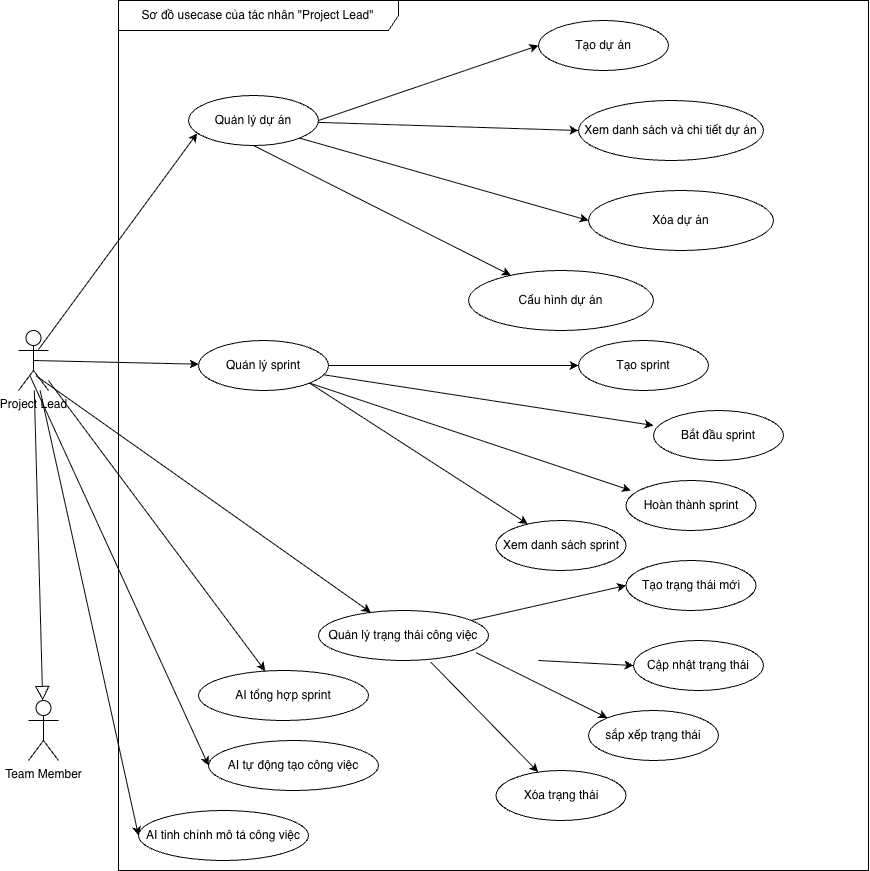
Above: reports/dat-examples/report/images/usecase_project_lead.png in toantran292/datn (draw.io), before the change. Source tidied: cells renumbered, new cells last; positions are measured from the earlier drawing's top-left corner, leaving out a move shared by most shapes. Its diagram source:
```xml
<mxGraphModel>
  <root>
    <mxCell id="0" />
    <mxCell id="1" parent="0" />
    <mxCell id="2" value="Sơ đồ usecase của tác nhân &quot;Project Lead&quot;" style="shape=umlFrame;whiteSpace=wrap;html=1;width=280;height=30;" parent="1" vertex="1">
      <mxGeometry x="100" width="750" height="870" as="geometry" />
    </mxCell>
    <mxCell id="3" value="Quản lý dự án" style="ellipse;whiteSpace=wrap;html=1;" parent="2" vertex="1">
      <mxGeometry x="70" y="95" width="130" height="50" as="geometry" />
    </mxCell>
    <mxCell id="4" value="Tạo dự án" style="ellipse;whiteSpace=wrap;html=1;" parent="2" vertex="1">
      <mxGeometry x="420" y="20" width="130" height="50" as="geometry" />
    </mxCell>
    <mxCell id="5" value="Xem danh sách và chi tiết dự án" style="ellipse;whiteSpace=wrap;html=1;" parent="2" vertex="1">
      <mxGeometry x="460" y="100" width="185" height="60" as="geometry" />
    </mxCell>
    <mxCell id="6" value="Xóa dự án" style="ellipse;whiteSpace=wrap;html=1;" parent="2" vertex="1">
      <mxGeometry x="470" y="190" width="185" height="60" as="geometry" />
    </mxCell>
    <mxCell id="7" value="Cấu hình dự án" style="ellipse;whiteSpace=wrap;html=1;" parent="2" vertex="1">
      <mxGeometry x="350" y="270" width="185" height="60" as="geometry" />
    </mxCell>
    <mxCell id="8" style="endArrow=classic;html=1;rounded=0;entryX=0;entryY=0.5;entryDx=0;entryDy=0;exitX=1;exitY=0.5;exitDx=0;exitDy=0;" parent="2" edge="1" source="3" target="4">
      <mxGeometry relative="1" as="geometry" />
    </mxCell>
    <mxCell id="9" style="endArrow=classic;html=1;rounded=0;entryX=0;entryY=0.5;entryDx=0;entryDy=0;" parent="2" edge="1" source="3" target="5">
      <mxGeometry relative="1" as="geometry" />
    </mxCell>
    <mxCell id="10" style="endArrow=classic;html=1;rounded=0;entryX=0;entryY=0.5;entryDx=0;entryDy=0;exitX=1;exitY=1;exitDx=0;exitDy=0;" parent="2" edge="1" source="3" target="6">
      <mxGeometry relative="1" as="geometry" />
    </mxCell>
    <mxCell id="11" style="endArrow=classic;html=1;rounded=0;exitX=0.5;exitY=1;exitDx=0;exitDy=0;" parent="2" edge="1" source="3" target="7">
      <mxGeometry relative="1" as="geometry" />
    </mxCell>
    <mxCell id="12" value="Quản lý sprint" style="ellipse;whiteSpace=wrap;html=1;" parent="2" vertex="1">
      <mxGeometry x="80" y="340" width="130" height="50" as="geometry" />
    </mxCell>
    <mxCell id="13" value="Tạo sprint" style="ellipse;whiteSpace=wrap;html=1;" parent="2" vertex="1">
      <mxGeometry x="460" y="340" width="130" height="50" as="geometry" />
    </mxCell>
    <mxCell id="14" value="Bắt đầu sprint" style="ellipse;whiteSpace=wrap;html=1;" parent="2" vertex="1">
      <mxGeometry x="535" y="410" width="130" height="50" as="geometry" />
    </mxCell>
    <mxCell id="15" value="Hoàn thành sprint" style="ellipse;whiteSpace=wrap;html=1;" parent="2" vertex="1">
      <mxGeometry x="507.5" y="480" width="130" height="50" as="geometry" />
    </mxCell>
    <mxCell id="16" value="Xem danh sách sprint" style="ellipse;whiteSpace=wrap;html=1;" parent="2" vertex="1">
      <mxGeometry x="377.5" y="520" width="130" height="50" as="geometry" />
    </mxCell>
    <mxCell id="17" style="endArrow=classic;html=1;rounded=0;entryX=0;entryY=0.5;entryDx=0;entryDy=0;exitX=1;exitY=0.5;exitDx=0;exitDy=0;" parent="2" edge="1" source="12" target="13">
      <mxGeometry relative="1" as="geometry" />
    </mxCell>
    <mxCell id="18" style="endArrow=classic;html=1;rounded=0;entryX=0;entryY=0.3;entryDx=0;entryDy=0;entryPerimeter=0;" parent="2" edge="1" source="12" target="14">
      <mxGeometry relative="1" as="geometry" />
    </mxCell>
    <mxCell id="19" style="endArrow=classic;html=1;rounded=0;entryX=0.038;entryY=0.2;entryDx=0;entryDy=0;entryPerimeter=0;exitX=1;exitY=1;exitDx=0;exitDy=0;" parent="2" edge="1" source="12" target="15">
      <mxGeometry relative="1" as="geometry" />
    </mxCell>
    <mxCell id="20" style="endArrow=classic;html=1;rounded=0;exitX=1;exitY=1;exitDx=0;exitDy=0;" parent="2" edge="1" source="12" target="16">
      <mxGeometry relative="1" as="geometry" />
    </mxCell>
    <mxCell id="21" value="Quản lý trạng thái công việc" style="ellipse;whiteSpace=wrap;html=1;" parent="2" vertex="1">
      <mxGeometry x="200" y="610" width="170" height="50" as="geometry" />
    </mxCell>
    <mxCell id="22" value="Tạo trạng thái mới" style="ellipse;whiteSpace=wrap;html=1;" parent="2" vertex="1">
      <mxGeometry x="507.5" y="560" width="130" height="50" as="geometry" />
    </mxCell>
    <mxCell id="23" value="Cập nhật trạng thái" style="ellipse;whiteSpace=wrap;html=1;" parent="2" vertex="1">
      <mxGeometry x="515" y="640" width="130" height="50" as="geometry" />
    </mxCell>
    <mxCell id="24" value="sắp xếp trạng thái" style="ellipse;whiteSpace=wrap;html=1;" parent="2" vertex="1">
      <mxGeometry x="470" y="710" width="130" height="50" as="geometry" />
    </mxCell>
    <mxCell id="25" value="Xóa trạng thái" style="ellipse;whiteSpace=wrap;html=1;" parent="2" vertex="1">
      <mxGeometry x="377.5" y="770" width="130" height="50" as="geometry" />
    </mxCell>
    <mxCell id="26" style="endArrow=classic;html=1;rounded=0;entryX=0;entryY=0.5;entryDx=0;entryDy=0;" parent="2" edge="1" source="21" target="22">
      <mxGeometry relative="1" as="geometry" />
    </mxCell>
    <mxCell id="27" style="endArrow=classic;html=1;rounded=0;entryX=0;entryY=0.5;entryDx=0;entryDy=0;" parent="2" edge="1" target="23">
      <mxGeometry relative="1" as="geometry">
        <mxPoint x="420" y="660" as="sourcePoint" />
      </mxGeometry>
    </mxCell>
    <mxCell id="28" style="endArrow=classic;html=1;rounded=0;entryX=0;entryY=0;entryDx=0;entryDy=0;exitX=0.927;exitY=0.843;exitDx=0;exitDy=0;exitPerimeter=0;" parent="2" edge="1" source="21" target="24">
      <mxGeometry relative="1" as="geometry" />
    </mxCell>
    <mxCell id="29" style="endArrow=classic;html=1;rounded=0;exitX=0.661;exitY=1.035;exitDx=0;exitDy=0;exitPerimeter=0;" parent="2" edge="1" source="21" target="25">
      <mxGeometry relative="1" as="geometry" />
    </mxCell>
    <mxCell id="30" value="AI tổng hợp sprint" style="ellipse;whiteSpace=wrap;html=1;" parent="2" vertex="1">
      <mxGeometry x="80" y="670" width="170" height="50" as="geometry" />
    </mxCell>
    <mxCell id="31" value="AI tự động tạo công việc" style="ellipse;whiteSpace=wrap;html=1;" parent="2" vertex="1">
      <mxGeometry x="90" y="740" width="170" height="50" as="geometry" />
    </mxCell>
    <mxCell id="32" value="AI tinh chỉnh mô tả công việc" style="ellipse;whiteSpace=wrap;html=1;" parent="2" vertex="1">
      <mxGeometry x="20" y="810" width="170" height="50" as="geometry" />
    </mxCell>
    <mxCell id="33" value="Project Lead" style="shape=umlActor;verticalLabelPosition=bottom;verticalAlign=top;html=1;" parent="1" vertex="1">
      <mxGeometry y="330" width="30" height="60" as="geometry" />
    </mxCell>
    <mxCell id="34" value="Team Member&lt;div&gt;&lt;br&gt;&lt;/div&gt;" style="shape=umlActor;verticalLabelPosition=bottom;verticalAlign=top;html=1;" parent="1" vertex="1">
      <mxGeometry x="10" y="700" width="30" height="60" as="geometry" />
    </mxCell>
    <mxCell id="35" style="edgeStyle=none;html=1;endSize=12;endArrow=block;endFill=0;rounded=0;" parent="1" edge="1" source="33" target="34">
      <mxGeometry relative="1" as="geometry" />
    </mxCell>
    <mxCell id="36" style="endArrow=classic;html=1;rounded=0;exitX=0.5;exitY=0.5;exitDx=0;exitDy=0;exitPerimeter=0;" parent="1" edge="1" source="33" target="12">
      <mxGeometry relative="1" as="geometry" />
    </mxCell>
    <mxCell id="37" style="endArrow=classic;html=1;rounded=0;entryX=0.067;entryY=0.755;entryDx=0;entryDy=0;entryPerimeter=0;exitX=0.667;exitY=0.317;exitDx=0;exitDy=0;exitPerimeter=0;" parent="1" edge="1" source="33" target="3">
      <mxGeometry relative="1" as="geometry" />
    </mxCell>
    <mxCell id="38" style="endArrow=classic;html=1;rounded=0;exitX=0.583;exitY=0.754;exitDx=0;exitDy=0;exitPerimeter=0;" parent="1" edge="1" source="33" target="21">
      <mxGeometry relative="1" as="geometry" />
    </mxCell>
    <mxCell id="39" style="endArrow=classic;html=1;rounded=0;" parent="1" edge="1" source="33" target="30">
      <mxGeometry relative="1" as="geometry" />
    </mxCell>
    <mxCell id="40" style="endArrow=classic;html=1;rounded=0;exitX=0.388;exitY=0.762;exitDx=0;exitDy=0;exitPerimeter=0;entryX=0;entryY=0.5;entryDx=0;entryDy=0;" parent="1" edge="1" source="33" target="31">
      <mxGeometry relative="1" as="geometry" />
    </mxCell>
    <mxCell id="41" style="endArrow=classic;html=1;rounded=0;entryX=0;entryY=0.5;entryDx=0;entryDy=0;" parent="1" edge="1" source="33" target="32">
      <mxGeometry relative="1" as="geometry" />
    </mxCell>
  </root>
</mxGraphModel>
```
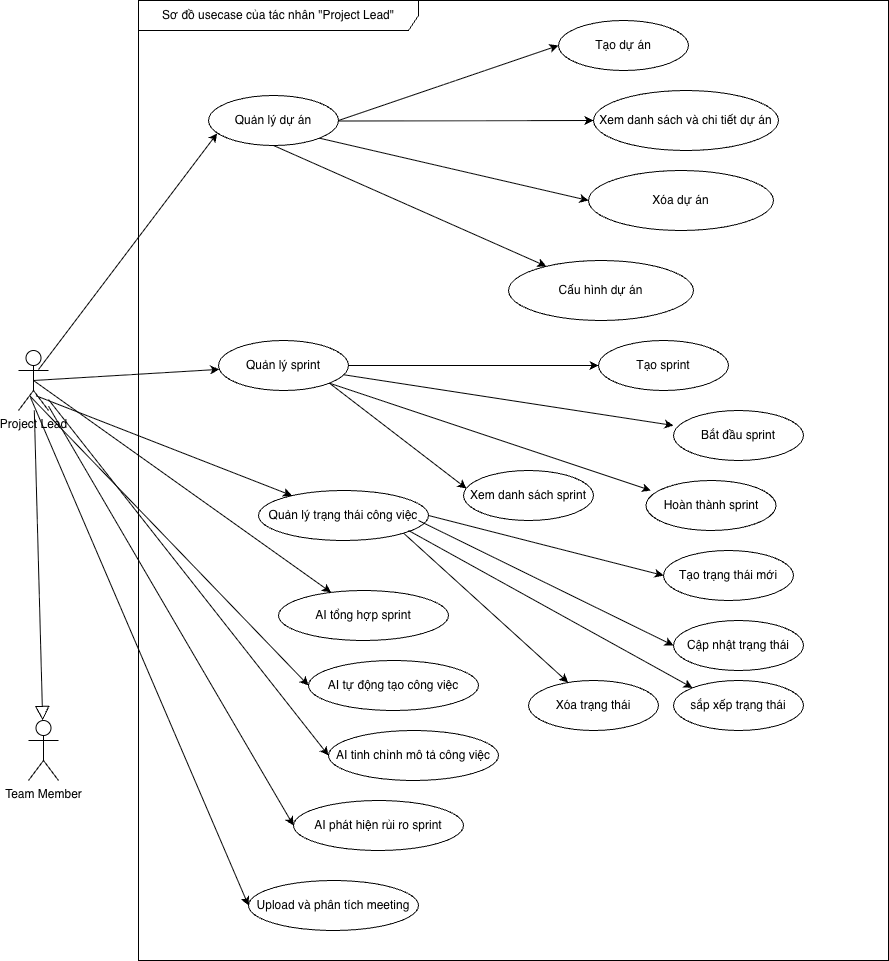
The same diagram one commit later.

Diff of the diagram source:
```diff
@@ -3,7 +3,7 @@
     <mxCell id="0" />
     <mxCell id="1" parent="0" />
     <mxCell id="2" value="Sơ đồ usecase của tác nhân &quot;Project Lead&quot;" style="shape=umlFrame;whiteSpace=wrap;html=1;width=280;height=30;" parent="1" vertex="1">
-      <mxGeometry x="100" width="750" height="870" as="geometry" />
+      <mxGeometry x="120" y="-20" width="750" height="960" as="geometry" />
     </mxCell>
     <mxCell id="3" value="Quản lý dự án" style="ellipse;whiteSpace=wrap;html=1;" parent="2" vertex="1">
       <mxGeometry x="70" y="95" width="130" height="50" as="geometry" />
@@ -12,13 +12,13 @@
       <mxGeometry x="420" y="20" width="130" height="50" as="geometry" />
     </mxCell>
     <mxCell id="5" value="Xem danh sách và chi tiết dự án" style="ellipse;whiteSpace=wrap;html=1;" parent="2" vertex="1">
-      <mxGeometry x="460" y="100" width="185" height="60" as="geometry" />
+      <mxGeometry x="455" y="90" width="185" height="60" as="geometry" />
     </mxCell>
     <mxCell id="6" value="Xóa dự án" style="ellipse;whiteSpace=wrap;html=1;" parent="2" vertex="1">
-      <mxGeometry x="470" y="190" width="185" height="60" as="geometry" />
+      <mxGeometry x="450" y="170" width="185" height="60" as="geometry" />
     </mxCell>
     <mxCell id="7" value="Cấu hình dự án" style="ellipse;whiteSpace=wrap;html=1;" parent="2" vertex="1">
-      <mxGeometry x="350" y="270" width="185" height="60" as="geometry" />
+      <mxGeometry x="370" y="260" width="185" height="60" as="geometry" />
     </mxCell>
     <mxCell id="8" style="endArrow=classic;html=1;rounded=0;entryX=0;entryY=0.5;entryDx=0;entryDy=0;exitX=1;exitY=0.5;exitDx=0;exitDy=0;" parent="2" edge="1" source="3" target="4">
       <mxGeometry relative="1" as="geometry" />
@@ -45,7 +45,7 @@
       <mxGeometry x="507.5" y="480" width="130" height="50" as="geometry" />
     </mxCell>
     <mxCell id="16" value="Xem danh sách sprint" style="ellipse;whiteSpace=wrap;html=1;" parent="2" vertex="1">
-      <mxGeometry x="377.5" y="520" width="130" height="50" as="geometry" />
+      <mxGeometry x="325" y="470" width="130" height="50" as="geometry" />
     </mxCell>
     <mxCell id="17" style="endArrow=classic;html=1;rounded=0;entryX=0;entryY=0.5;entryDx=0;entryDy=0;exitX=1;exitY=0.5;exitDx=0;exitDy=0;" parent="2" edge="1" source="12" target="13">
       <mxGeometry relative="1" as="geometry" />
@@ -56,47 +56,55 @@
     <mxCell id="19" style="endArrow=classic;html=1;rounded=0;entryX=0.038;entryY=0.2;entryDx=0;entryDy=0;entryPerimeter=0;exitX=1;exitY=1;exitDx=0;exitDy=0;" parent="2" edge="1" source="12" target="15">
       <mxGeometry relative="1" as="geometry" />
     </mxCell>
-    <mxCell id="20" style="endArrow=classic;html=1;rounded=0;exitX=1;exitY=1;exitDx=0;exitDy=0;" parent="2" edge="1" source="12" target="16">
+    <mxCell id="20" style="endArrow=classic;html=1;rounded=0;exitX=1;exitY=1;exitDx=0;exitDy=0;entryX=0.023;entryY=0.36;entryDx=0;entryDy=0;entryPerimeter=0;" parent="2" edge="1" source="12" target="16">
       <mxGeometry relative="1" as="geometry" />
     </mxCell>
     <mxCell id="21" value="Quản lý trạng thái công việc" style="ellipse;whiteSpace=wrap;html=1;" parent="2" vertex="1">
-      <mxGeometry x="200" y="610" width="170" height="50" as="geometry" />
+      <mxGeometry x="120" y="490" width="170" height="50" as="geometry" />
     </mxCell>
     <mxCell id="22" value="Tạo trạng thái mới" style="ellipse;whiteSpace=wrap;html=1;" parent="2" vertex="1">
-      <mxGeometry x="507.5" y="560" width="130" height="50" as="geometry" />
+      <mxGeometry x="525" y="550" width="130" height="50" as="geometry" />
     </mxCell>
     <mxCell id="23" value="Cập nhật trạng thái" style="ellipse;whiteSpace=wrap;html=1;" parent="2" vertex="1">
-      <mxGeometry x="515" y="640" width="130" height="50" as="geometry" />
+      <mxGeometry x="535" y="620" width="130" height="50" as="geometry" />
     </mxCell>
     <mxCell id="24" value="sắp xếp trạng thái" style="ellipse;whiteSpace=wrap;html=1;" parent="2" vertex="1">
-      <mxGeometry x="470" y="710" width="130" height="50" as="geometry" />
+      <mxGeometry x="535" y="680" width="130" height="50" as="geometry" />
     </mxCell>
     <mxCell id="25" value="Xóa trạng thái" style="ellipse;whiteSpace=wrap;html=1;" parent="2" vertex="1">
-      <mxGeometry x="377.5" y="770" width="130" height="50" as="geometry" />
+      <mxGeometry x="390" y="680" width="130" height="50" as="geometry" />
     </mxCell>
-    <mxCell id="26" style="endArrow=classic;html=1;rounded=0;entryX=0;entryY=0.5;entryDx=0;entryDy=0;" parent="2" edge="1" source="21" target="22">
+    <mxCell id="26" style="endArrow=classic;html=1;rounded=0;entryX=0;entryY=0.5;entryDx=0;entryDy=0;exitX=1;exitY=0.5;exitDx=0;exitDy=0;" parent="2" edge="1" source="21" target="22">
       <mxGeometry relative="1" as="geometry" />
     </mxCell>
-    <mxCell id="27" style="endArrow=classic;html=1;rounded=0;entryX=0;entryY=0.5;entryDx=0;entryDy=0;" parent="2" edge="1" target="23">
-      <mxGeometry relative="1" as="geometry">
-        <mxPoint x="420" y="660" as="sourcePoint" />
-      </mxGeometry>
-    </mxCell>
-    <mxCell id="28" style="endArrow=classic;html=1;rounded=0;entryX=0;entryY=0;entryDx=0;entryDy=0;exitX=0.927;exitY=0.843;exitDx=0;exitDy=0;exitPerimeter=0;" parent="2" edge="1" source="21" target="24">
-      <mxGeometry relative="1" as="geometry" />
-    </mxCell>
+    <mxCell id="42" style="endArrow=classic;html=1;rounded=0;entryX=0;entryY=0.5;entryDx=0;entryDy=0;" parent="2" edge="1" target="23">
+      <mxGeometry relative="1" as="geometry">
+        <mxPoint x="280" y="520" as="sourcePoint" />
+      </mxGeometry>
+    </mxCell>
+    <mxCell id="43" style="endArrow=classic;html=1;rounded=0;entryX=0;entryY=0;entryDx=0;entryDy=0;" parent="2" edge="1" target="24">
+      <mxGeometry relative="1" as="geometry">
+        <mxPoint x="270" y="530" as="sourcePoint" />
+      </mxGeometry>
+    </mxCell>
-    <mxCell id="29" style="endArrow=classic;html=1;rounded=0;exitX=0.661;exitY=1.035;exitDx=0;exitDy=0;exitPerimeter=0;" parent="2" edge="1" source="21" target="25">
+    <mxCell id="29" style="endArrow=classic;html=1;rounded=0;exitX=1;exitY=1;exitDx=0;exitDy=0;" parent="2" edge="1" source="21" target="25">
       <mxGeometry relative="1" as="geometry" />
     </mxCell>
     <mxCell id="30" value="AI tổng hợp sprint" style="ellipse;whiteSpace=wrap;html=1;" parent="2" vertex="1">
-      <mxGeometry x="80" y="670" width="170" height="50" as="geometry" />
+      <mxGeometry x="140" y="590" width="170" height="50" as="geometry" />
     </mxCell>
     <mxCell id="31" value="AI tự động tạo công việc" style="ellipse;whiteSpace=wrap;html=1;" parent="2" vertex="1">
-      <mxGeometry x="90" y="740" width="170" height="50" as="geometry" />
+      <mxGeometry x="170" y="660" width="170" height="50" as="geometry" />
     </mxCell>
     <mxCell id="32" value="AI tinh chỉnh mô tả công việc" style="ellipse;whiteSpace=wrap;html=1;" parent="2" vertex="1">
-      <mxGeometry x="20" y="810" width="170" height="50" as="geometry" />
+      <mxGeometry x="190" y="730" width="170" height="50" as="geometry" />
     </mxCell>
+    <mxCell id="44" value="AI phát hiện rủi ro sprint" style="ellipse;whiteSpace=wrap;html=1;" parent="2" vertex="1">
+      <mxGeometry x="155" y="800" width="170" height="50" as="geometry" />
+    </mxCell>
+    <mxCell id="45" value="Upload và phân tích meeting" style="ellipse;whiteSpace=wrap;html=1;" parent="2" vertex="1">
+      <mxGeometry x="110" y="880" width="170" height="50" as="geometry" />
+    </mxCell>
     <mxCell id="33" value="Project Lead" style="shape=umlActor;verticalLabelPosition=bottom;verticalAlign=top;html=1;" parent="1" vertex="1">
       <mxGeometry y="330" width="30" height="60" as="geometry" />
     </mxCell>
@@ -115,7 +123,7 @@
     <mxCell id="38" style="endArrow=classic;html=1;rounded=0;exitX=0.583;exitY=0.754;exitDx=0;exitDy=0;exitPerimeter=0;" parent="1" edge="1" source="33" target="21">
       <mxGeometry relative="1" as="geometry" />
     </mxCell>
-    <mxCell id="39" style="endArrow=classic;html=1;rounded=0;" parent="1" edge="1" source="33" target="30">
+    <mxCell id="39" style="endArrow=classic;html=1;rounded=0;exitX=0.5;exitY=0.5;exitDx=0;exitDy=0;exitPerimeter=0;" parent="1" edge="1" source="33" target="30">
       <mxGeometry relative="1" as="geometry" />
     </mxCell>
     <mxCell id="40" style="endArrow=classic;html=1;rounded=0;exitX=0.388;exitY=0.762;exitDx=0;exitDy=0;exitPerimeter=0;entryX=0;entryY=0.5;entryDx=0;entryDy=0;" parent="1" edge="1" source="33" target="31">
@@ -124,5 +132,11 @@
     <mxCell id="41" style="endArrow=classic;html=1;rounded=0;entryX=0;entryY=0.5;entryDx=0;entryDy=0;" parent="1" edge="1" source="33" target="32">
       <mxGeometry relative="1" as="geometry" />
     </mxCell>
+    <mxCell id="46" style="endArrow=classic;html=1;rounded=0;entryX=0;entryY=0.5;entryDx=0;entryDy=0;" parent="1" edge="1" source="33" target="44">
+      <mxGeometry relative="1" as="geometry" />
+    </mxCell>
+    <mxCell id="47" style="endArrow=classic;html=1;rounded=0;entryX=0;entryY=0.5;entryDx=0;entryDy=0;exitX=0.4;exitY=0.783;exitDx=0;exitDy=0;exitPerimeter=0;" parent="1" edge="1" source="33" target="45">
+      <mxGeometry relative="1" as="geometry" />
+    </mxCell>
   </root>
 </mxGraphModel>
```
